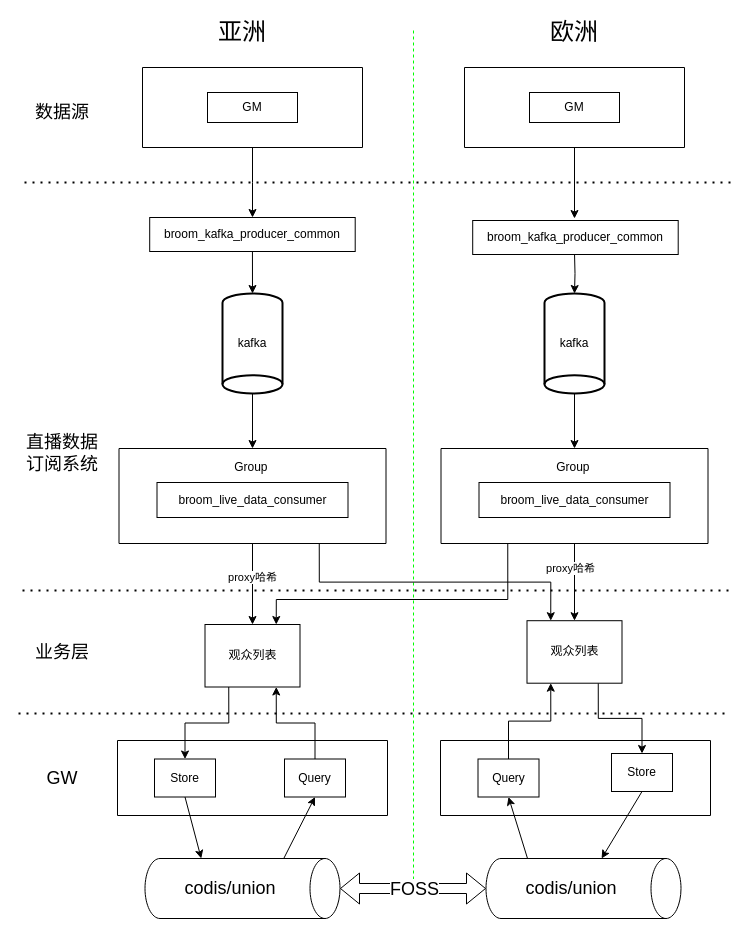
lawlient/DrawIO keeps this draw.io diagram as Untitled Diagram.drawio. Above is the earlier version. Source tidied: cells renumbered, new cells numbered last; positions are measured from the earlier drawing's top-left corner, leaving out a move shared by most shapes. Both pictures are drawn from the tidied source at 100%, with x=0, y=0 at pixel (18, 17).
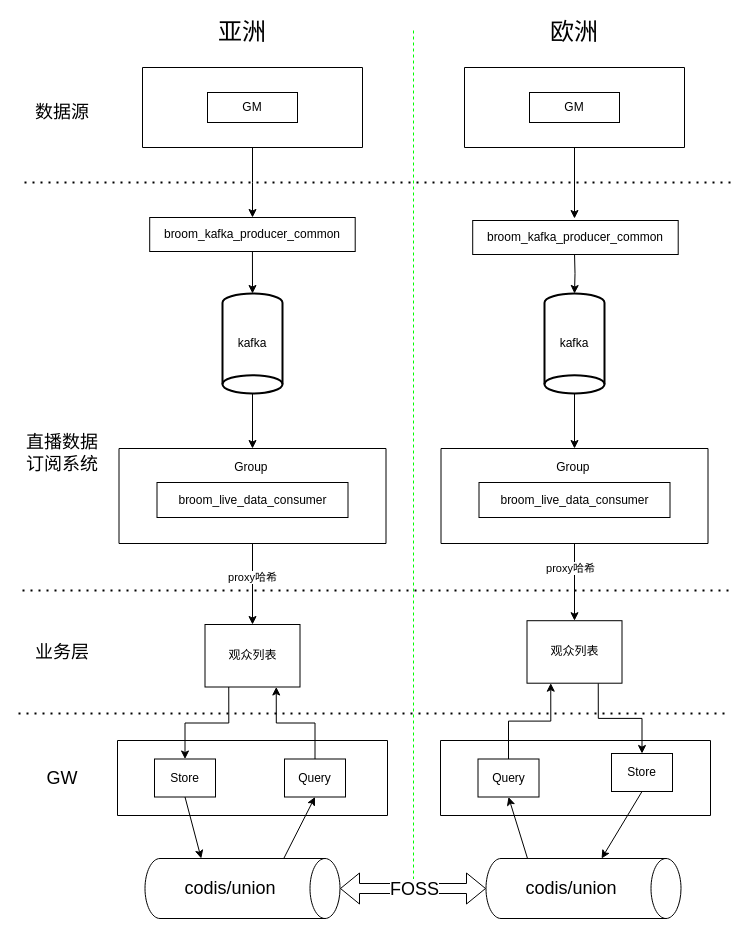
The same page after the edit.

Commit message:
观众数据架构图II.drawio

Unchanged cells that the change refers to:
```xml
<mxCell id="37" value="观众列表" style="rounded=0;whiteSpace=wrap;html=1;" parent="1" vertex="1">
  <mxGeometry x="508.5" y="603.2" width="95" height="62.5" as="geometry" />
</mxCell>
<mxCell id="39" value="观众列表" style="rounded=0;whiteSpace=wrap;html=1;" parent="1" vertex="1">
  <mxGeometry x="186.5" y="607" width="95" height="62.5" as="geometry" />
</mxCell>
<mxCell id="45" style="swimlane;startSize=0;" parent="1" vertex="1">
  <mxGeometry x="100.5" y="431" width="267" height="95" as="geometry" />
</mxCell>
<mxCell id="50" style="swimlane;startSize=0;" parent="1" vertex="1">
  <mxGeometry x="422.5" y="431" width="267" height="95" as="geometry" />
</mxCell>
```

What changed in the source:
```diff
@@
-    <mxCell id="44" style="edgeStyle=orthogonalEdgeStyle;rounded=0;jettySize=auto;html=1;exitX=0.75;exitY=1;exitDx=0;exitDy=0;entryX=0.25;entryY=0;entryDx=0;entryDy=0;" parent="1" edge="1" source="45" target="37">
-      <mxGeometry relative="1" as="geometry" />
-    </mxCell>
@@
-    <mxCell id="49" style="edgeStyle=orthogonalEdgeStyle;rounded=0;jettySize=auto;html=1;exitX=0.25;exitY=1;exitDx=0;exitDy=0;entryX=0.75;entryY=0;entryDx=0;entryDy=0;" parent="1" edge="1" source="50" target="39">
-      <mxGeometry relative="1" as="geometry">
-        <Array as="points">
-          <mxPoint x="489" y="582" />
-          <mxPoint x="258" y="582" />
-        </Array>
-      </mxGeometry>
-    </mxCell>
```
